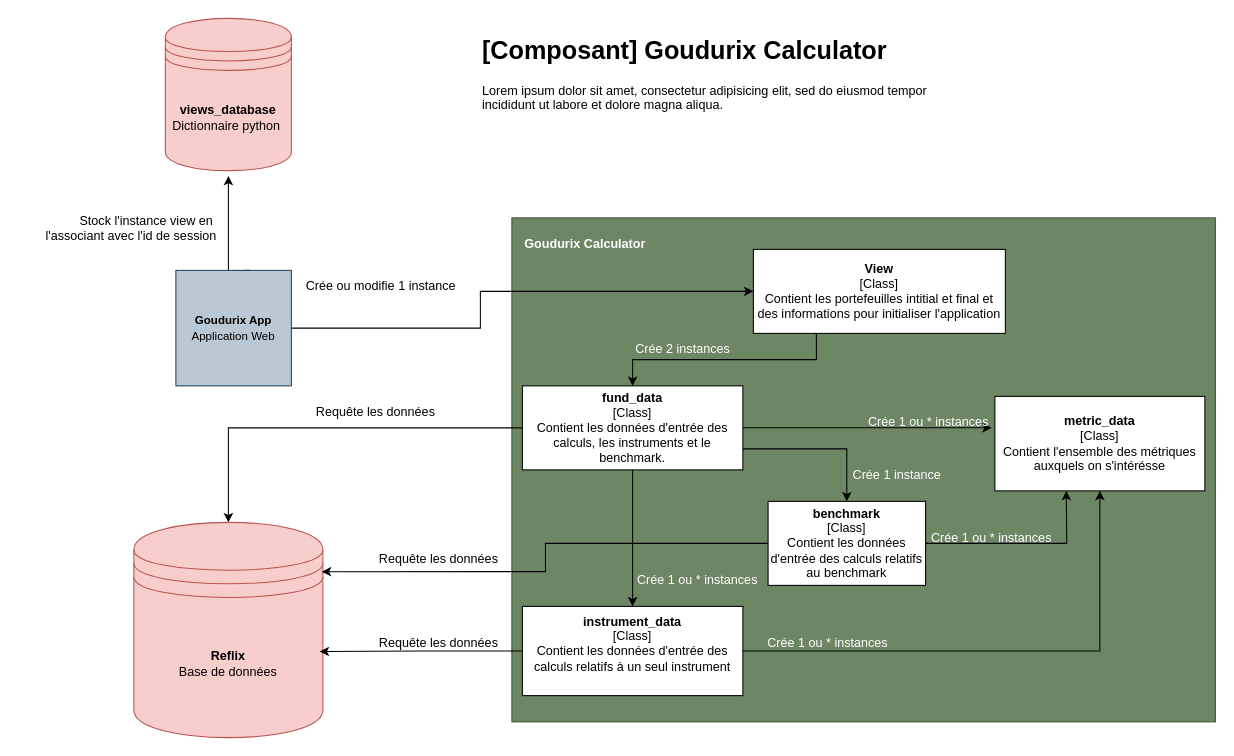
This is Component.drawio from salimelouahdani/DrawIO, a draw.io file, before an edit. Source tidied: cells renumbered, new cells numbered last; positions are measured from the earlier drawing's top-left corner, leaving out a move shared by most shapes. Both pictures are drawn from the tidied source at 105%, with x=0, y=0 at pixel (18, 18).
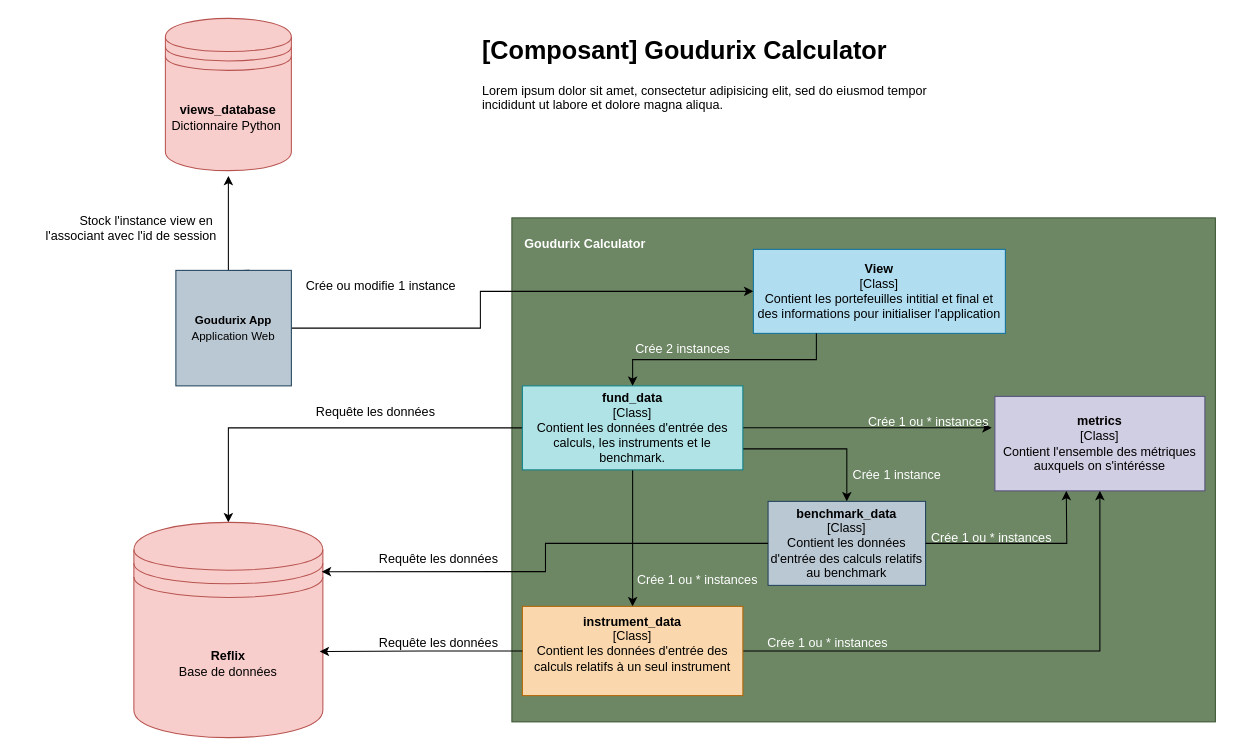
After the change.

Commit message:
Mettre à jour Component.drawio

Change to the diagram source:
```diff
@@
-    <mxCell id="7" value="&lt;b&gt;View&lt;/b&gt;&lt;div&gt;[Class]&lt;/div&gt;&lt;div&gt;Contient les portefeuilles intitial et final et des informations pour initialiser l'application&lt;/div&gt;" style="rounded=0;whiteSpace=wrap;html=1;" parent="1" vertex="1">
+    <mxCell id="7" value="&lt;b&gt;View&lt;/b&gt;&lt;div&gt;[Class]&lt;/div&gt;&lt;div&gt;Contient les portefeuilles intitial et final et des informations pour initialiser l'application&lt;/div&gt;" style="rounded=0;whiteSpace=wrap;html=1;fillColor=#b1ddf0;strokeColor=#10739e;" parent="1" vertex="1">
       <mxGeometry x="700" y="220" width="240" height="80" as="geometry" />
     </mxCell>
@@
-    <mxCell id="13" value="&lt;b&gt;fund_data&lt;/b&gt;&lt;div&gt;[Class]&lt;/div&gt;&lt;div&gt;Contient les données d'entrée des calculs, les instruments et le benchmark.&lt;/div&gt;" style="rounded=0;whiteSpace=wrap;html=1;" parent="1" vertex="1">
+    <mxCell id="13" value="&lt;b&gt;fund_data&lt;/b&gt;&lt;div&gt;[Class]&lt;/div&gt;&lt;div&gt;Contient les données d'entrée des calculs, les instruments et le benchmark.&lt;/div&gt;" style="rounded=0;whiteSpace=wrap;html=1;fillColor=#b0e3e6;strokeColor=#0e8088;" parent="1" vertex="1">
       <mxGeometry x="480" y="350" width="210" height="80" as="geometry" />
     </mxCell>
-    <mxCell id="14" value="&lt;b&gt;metric_data&lt;/b&gt;&lt;br&gt;&lt;div&gt;[Class]&lt;/div&gt;&lt;div&gt;Contient l'ensemble des métriques auxquels on s'intérésse&lt;/div&gt;" style="rounded=0;whiteSpace=wrap;html=1;" parent="1" vertex="1">
+    <mxCell id="14" value="&lt;b&gt;metrics&lt;/b&gt;&lt;br&gt;&lt;div&gt;[Class]&lt;/div&gt;&lt;div&gt;Contient l'ensemble des métriques auxquels on s'intérésse&lt;/div&gt;" style="rounded=0;whiteSpace=wrap;html=1;fillColor=#d0cee2;strokeColor=#56517e;" parent="1" vertex="1">
       <mxGeometry x="930" y="360" width="200" height="90" as="geometry" />
     </mxCell>
@@
-    <mxCell id="16" value="&lt;b&gt;instrument_data&lt;/b&gt;&lt;div&gt;[Class]&lt;b&gt;&lt;br&gt;&lt;/b&gt;&lt;div&gt;Contient les données d'entrée des calculs relatifs à un seul instrument&lt;br&gt;&lt;div&gt;&lt;br&gt;&lt;/div&gt;&lt;/div&gt;&lt;/div&gt;" style="rounded=0;whiteSpace=wrap;html=1;" parent="1" vertex="1">
+    <mxCell id="16" value="&lt;b&gt;instrument_data&lt;/b&gt;&lt;div&gt;[Class]&lt;b&gt;&lt;br&gt;&lt;/b&gt;&lt;div&gt;Contient les données d'entrée des calculs relatifs à un seul instrument&lt;br&gt;&lt;div&gt;&lt;br&gt;&lt;/div&gt;&lt;/div&gt;&lt;/div&gt;" style="rounded=0;whiteSpace=wrap;html=1;fillColor=#fad7ac;strokeColor=#b46504;" parent="1" vertex="1">
       <mxGeometry x="480" y="560" width="210" height="85" as="geometry" />
     </mxCell>
-    <mxCell id="17" value="&lt;b&gt;benchmark&lt;/b&gt;&lt;div&gt;[Class]&lt;/div&gt;&lt;div&gt;Contient les données d'entrée des calculs relatifs au benchmark&lt;/div&gt;" style="rounded=0;whiteSpace=wrap;html=1;" parent="1" vertex="1">
+    <mxCell id="17" value="&lt;b&gt;benchmark_data&lt;/b&gt;&lt;div&gt;[Class]&lt;/div&gt;&lt;div&gt;Contient les données d'entrée des calculs relatifs au benchmark&lt;/div&gt;" style="rounded=0;whiteSpace=wrap;html=1;fillColor=#bac8d3;strokeColor=#23445d;" parent="1" vertex="1">
       <mxGeometry x="714" y="460" width="150" height="80" as="geometry" />
     </mxCell>
@@
-    <mxCell id="22" value="&lt;b&gt;views_database&lt;/b&gt;&lt;br&gt;&lt;div&gt;Dictionnaire python&amp;nbsp;&lt;/div&gt;" style="shape=datastore;whiteSpace=wrap;html=1;fillColor=#f8cecc;strokeColor=#b85450;" parent="1" vertex="1">
+    <mxCell id="22" value="&lt;b&gt;views_database&lt;/b&gt;&lt;br&gt;&lt;div&gt;Dictionnaire Python&amp;nbsp;&lt;/div&gt;" style="shape=datastore;whiteSpace=wrap;html=1;fillColor=#f8cecc;strokeColor=#b85450;" parent="1" vertex="1">
       <mxGeometry x="140" width="120" height="145" as="geometry" />
     </mxCell>
```
